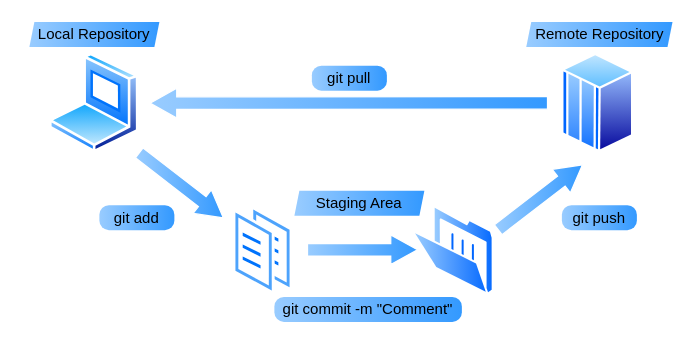
Before: page "Repository-Structure" (5 of 6) of docs/ISS-PCB.drawio in ISSUIUC/ISS-PCB, a draw.io diagram. Source tidied: cells renumbered, new cells numbered last; positions are measured from the earlier drawing's top-left corner, leaving out a move shared by most shapes. Both pictures are drawn from the tidied source at 125%, with x=0, y=0 at pixel (29, 21).
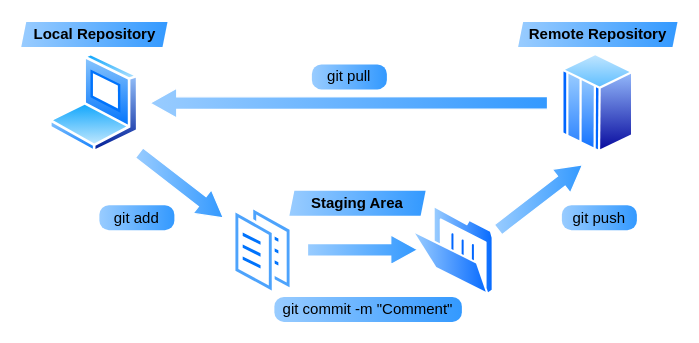
The same diagram, later.

Change to the diagram source:
```diff
@@
-    <mxCell id="2" value="&lt;span&gt;Local&amp;nbsp;&lt;/span&gt;Repository" style="shape=parallelogram;perimeter=parallelogramPerimeter;whiteSpace=wrap;html=1;fixedSize=1;rounded=1;fillColor=#99CCFF;gradientColor=#3399FF;gradientDirection=east;arcSize=0;strokeColor=none;size=4;" parent="1" vertex="1">
-      <mxGeometry width="104" height="20" as="geometry" />
+    <mxCell id="2" value="&lt;span&gt;Local&amp;nbsp;&lt;/span&gt;Repository" style="shape=parallelogram;perimeter=parallelogramPerimeter;whiteSpace=wrap;html=1;fixedSize=1;rounded=1;fillColor=#99CCFF;gradientColor=#3399FF;gradientDirection=east;arcSize=0;strokeColor=none;size=4;fontStyle=1;" parent="1" vertex="1">
+      <mxGeometry x="-6.5" width="117" height="20" as="geometry" />
     </mxCell>
@@
     <mxCell id="11" value="git pull" style="text;html=1;strokeColor=none;fillColor=#99CCFF;align=center;verticalAlign=middle;whiteSpace=wrap;rounded=1;gradientColor=#3399FF;arcSize=38;gradientDirection=east;" parent="1" vertex="1">
-      <mxGeometry x="226" y="35" width="60" height="20" as="geometry" />
+      <mxGeometry x="226" y="34" width="60" height="20" as="geometry" />
     </mxCell>
@@
-    <mxCell id="13" value="&lt;span&gt;Remote Repository&lt;/span&gt;" style="shape=parallelogram;perimeter=parallelogramPerimeter;whiteSpace=wrap;html=1;fixedSize=1;rounded=1;fillColor=#99CCFF;gradientColor=#3399FF;gradientDirection=east;arcSize=0;strokeColor=none;size=4;" parent="1" vertex="1">
-      <mxGeometry x="397.5" width="117" height="20" as="geometry" />
+    <mxCell id="13" value="&lt;span&gt;Remote Repository&lt;/span&gt;" style="shape=parallelogram;perimeter=parallelogramPerimeter;whiteSpace=wrap;html=1;fixedSize=1;rounded=1;fillColor=#99CCFF;gradientColor=#3399FF;gradientDirection=east;arcSize=0;strokeColor=none;size=4;fontStyle=1;" parent="1" vertex="1">
+      <mxGeometry x="391" width="127.5" height="20" as="geometry" />
     </mxCell>
-    <mxCell id="14" value="Staging Area" style="shape=parallelogram;perimeter=parallelogramPerimeter;whiteSpace=wrap;html=1;fixedSize=1;rounded=1;fillColor=#99CCFF;gradientColor=#3399FF;gradientDirection=east;arcSize=0;strokeColor=none;size=4;" parent="1" vertex="1">
-      <mxGeometry x="212" y="135" width="104" height="20" as="geometry" />
+    <mxCell id="14" value="Staging Area" style="shape=parallelogram;perimeter=parallelogramPerimeter;whiteSpace=wrap;html=1;fixedSize=1;rounded=1;fillColor=#99CCFF;gradientColor=#3399FF;gradientDirection=east;arcSize=0;strokeColor=none;size=4;fontStyle=1;" parent="1" vertex="1">
+      <mxGeometry x="208" y="135" width="109" height="20" as="geometry" />
     </mxCell>
```
